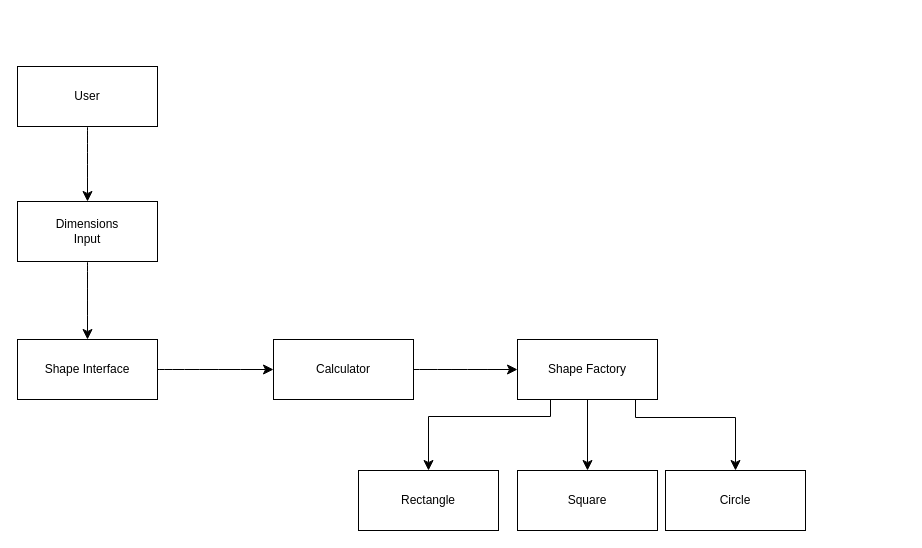
Before: diagrams/Component Diagram.drawio in gelaws-hub/ta-rplbk, a draw.io diagram. Source tidied: cells renumbered, new cells numbered last; positions are measured from the earlier drawing's top-left corner, leaving out a move shared by most shapes. Both pictures are drawn from the tidied source at 100%, with x=0, y=0 at pixel (17, 66).
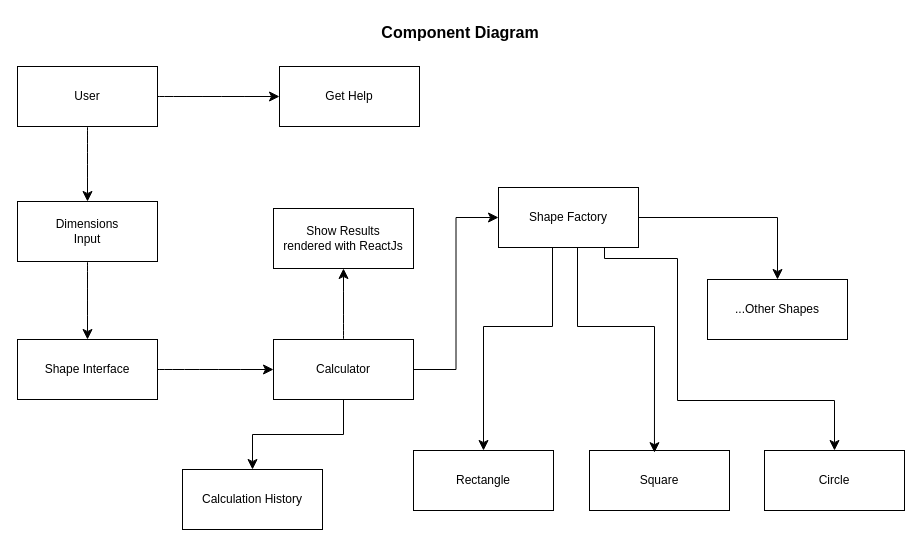
The same page after the edit.

Unchanged cells that the change refers to:
```xml
<mxCell id="3" value="User" style="rounded=0;whiteSpace=wrap;html=1;" parent="1" vertex="1">
  <mxGeometry width="140" height="60" as="geometry" />
</mxCell>
<mxCell id="9" value="Calculator" style="rounded=0;whiteSpace=wrap;html=1;" parent="1" vertex="1">
  <mxGeometry x="256" y="273" width="140" height="60" as="geometry" />
</mxCell>
```

Diff of the diagram source:
```diff
@@
+    <mxCell id="17" style="edgeStyle=none;curved=1;rounded=0;jettySize=auto;html=1;entryX=0;entryY=0.5;entryDx=0;entryDy=0;fontSize=12;startSize=8;endSize=8;" parent="1" edge="1" source="3" target="21">
+      <mxGeometry relative="1" as="geometry" />
+    </mxCell>
@@
-    <mxCell id="8" style="edgeStyle=none;curved=1;rounded=0;jettySize=auto;html=1;entryX=0;entryY=0.5;entryDx=0;entryDy=0;fontSize=12;startSize=8;endSize=8;" parent="1" edge="1" source="9" target="13">
+    <mxCell id="8" style="edgeStyle=orthogonalEdgeStyle;rounded=0;jettySize=auto;html=1;entryX=0;entryY=0.5;entryDx=0;entryDy=0;fontSize=12;startSize=8;endSize=8;" parent="1" edge="1" source="9" target="13">
       <mxGeometry relative="1" as="geometry" />
     </mxCell>
+    <mxCell id="18" style="edgeStyle=orthogonalEdgeStyle;rounded=0;jettySize=auto;html=1;entryX=0.5;entryY=0;entryDx=0;entryDy=0;fontSize=12;startSize=8;endSize=8;" parent="1" edge="1" source="9" target="23">
+      <mxGeometry relative="1" as="geometry" />
+    </mxCell>
+    <mxCell id="19" style="edgeStyle=none;curved=1;rounded=0;jettySize=auto;html=1;entryX=0.5;entryY=1;entryDx=0;entryDy=0;fontSize=12;startSize=8;endSize=8;" parent="1" edge="1" source="9" target="24">
+      <mxGeometry relative="1" as="geometry" />
+    </mxCell>
@@
+    <mxCell id="20" style="edgeStyle=orthogonalEdgeStyle;rounded=0;jettySize=auto;html=1;entryX=0.5;entryY=0;entryDx=0;entryDy=0;fontSize=12;startSize=8;endSize=8;" parent="1" edge="1" source="13" target="22">
+      <mxGeometry relative="1" as="geometry" />
+    </mxCell>
     <mxCell id="10" style="edgeStyle=orthogonalEdgeStyle;rounded=0;jettySize=auto;html=1;entryX=0.5;entryY=0;entryDx=0;entryDy=0;fontSize=12;startSize=8;endSize=8;" parent="1" edge="1" source="13" target="15">
       <mxGeometry relative="1" as="geometry">
         <Array as="points">
-          <mxPoint x="533" y="350" />
-          <mxPoint x="411" y="350" />
+          <mxPoint x="535" y="260" />
+          <mxPoint x="466" y="260" />
         </Array>
       </mxGeometry>
     </mxCell>
-    <mxCell id="11" style="edgeStyle=orthogonalEdgeStyle;rounded=0;jettySize=auto;html=1;entryX=0.5;entryY=0;entryDx=0;entryDy=0;fontSize=12;startSize=8;endSize=8;" parent="1" edge="1" source="13" target="14">
-      <mxGeometry relative="1" as="geometry" />
-    </mxCell>
     <mxCell id="12" style="edgeStyle=orthogonalEdgeStyle;rounded=0;jettySize=auto;html=1;entryX=0.5;entryY=0;entryDx=0;entryDy=0;fontSize=12;startSize=8;endSize=8;" parent="1" edge="1" source="13" target="16">
       <mxGeometry relative="1" as="geometry">
         <Array as="points">
-          <mxPoint x="618" y="351" />
-          <mxPoint x="718" y="351" />
+          <mxPoint x="587" y="192" />
+          <mxPoint x="660" y="192" />
+          <mxPoint x="660" y="334" />
+          <mxPoint x="817" y="334" />
         </Array>
       </mxGeometry>
     </mxCell>
     <mxCell id="13" value="Shape Factory" style="rounded=0;whiteSpace=wrap;html=1;" parent="1" vertex="1">
-      <mxGeometry x="500" y="273" width="140" height="60" as="geometry" />
+      <mxGeometry x="481" y="121" width="140" height="60" as="geometry" />
     </mxCell>
     <mxCell id="14" value="Square" style="rounded=0;whiteSpace=wrap;html=1;" parent="1" vertex="1">
-      <mxGeometry x="500" y="404" width="140" height="60" as="geometry" />
+      <mxGeometry x="572" y="384" width="140" height="60" as="geometry" />
     </mxCell>
     <mxCell id="15" value="Rectangle" style="rounded=0;whiteSpace=wrap;html=1;" parent="1" vertex="1">
-      <mxGeometry x="341" y="404" width="140" height="60" as="geometry" />
+      <mxGeometry x="396" y="384" width="140" height="60" as="geometry" />
     </mxCell>
     <mxCell id="16" value="Circle" style="rounded=0;whiteSpace=wrap;html=1;" parent="1" vertex="1">
-      <mxGeometry x="648" y="404" width="140" height="60" as="geometry" />
+      <mxGeometry x="747" y="384" width="140" height="60" as="geometry" />
     </mxCell>
+    <mxCell id="21" value="Get Help" style="rounded=0;whiteSpace=wrap;html=1;" parent="1" vertex="1">
+      <mxGeometry x="262" width="140" height="60" as="geometry" />
+    </mxCell>
+    <mxCell id="22" value="...Other Shapes" style="rounded=0;whiteSpace=wrap;html=1;" parent="1" vertex="1">
+      <mxGeometry x="690" y="213" width="140" height="60" as="geometry" />
+    </mxCell>
+    <mxCell id="11" style="edgeStyle=orthogonalEdgeStyle;rounded=0;jettySize=auto;html=1;entryX=0.464;entryY=0.036;entryDx=0;entryDy=0;entryPerimeter=0;fontSize=12;startSize=8;endSize=8;" parent="1" edge="1" source="13" target="14">
+      <mxGeometry relative="1" as="geometry">
+        <Array as="points">
+          <mxPoint x="560" y="260" />
+          <mxPoint x="637" y="260" />
+        </Array>
+      </mxGeometry>
+    </mxCell>
+    <mxCell id="23" value="Calculation History" style="rounded=0;whiteSpace=wrap;html=1;" parent="1" vertex="1">
+      <mxGeometry x="165" y="403" width="140" height="60" as="geometry" />
+    </mxCell>
+    <mxCell id="24" value="Show Results&lt;br&gt;rendered with ReactJs" style="rounded=0;whiteSpace=wrap;html=1;" parent="1" vertex="1">
+      <mxGeometry x="256" y="142" width="140" height="60" as="geometry" />
+    </mxCell>
+    <mxCell id="25" value="Component Diagram" style="text;html=1;align=center;verticalAlign=middle;whiteSpace=wrap;rounded=0;fontSize=16;fontStyle=1;" parent="1" vertex="1">
+      <mxGeometry x="354" y="-49" width="178" height="30" as="geometry" />
+    </mxCell>
```
